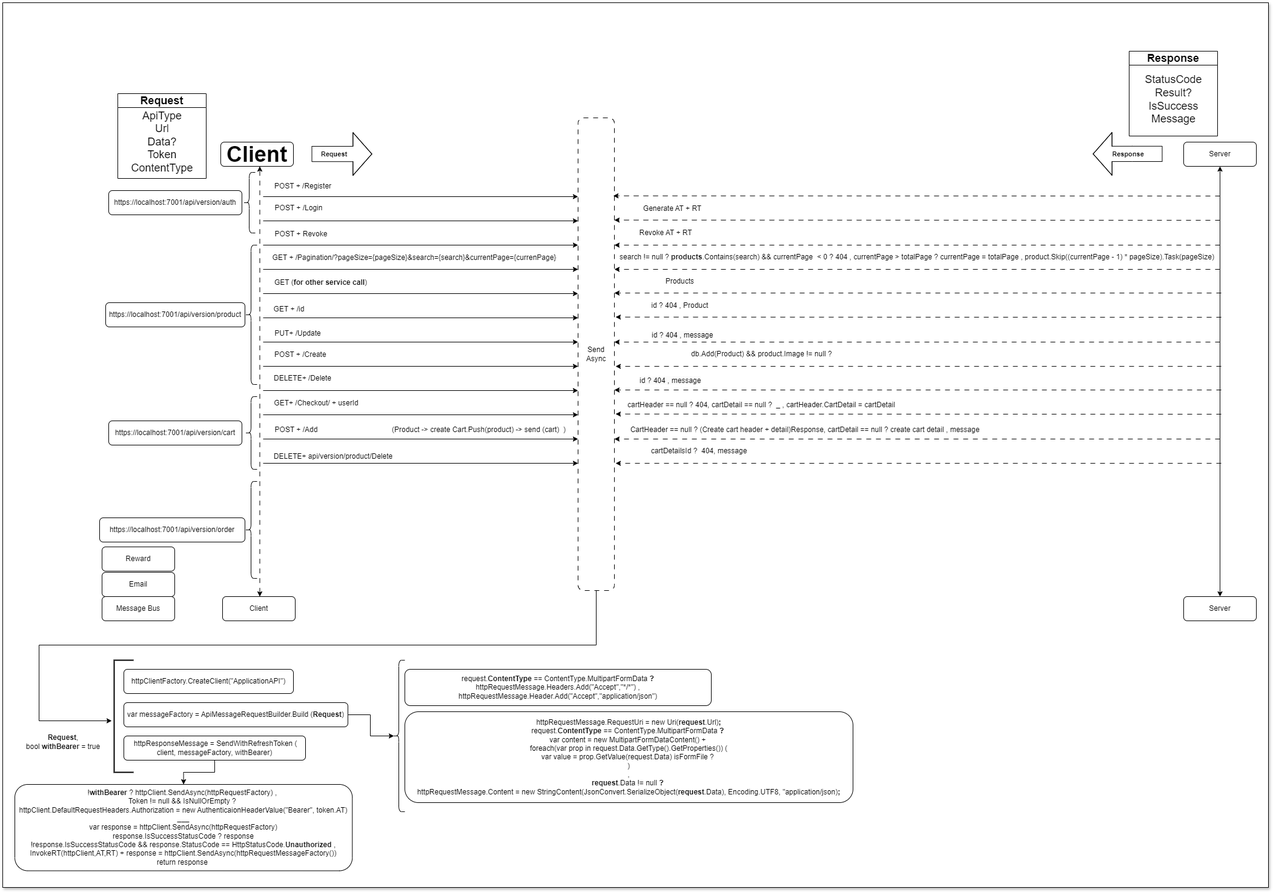
leh23211213/Demo-Microservice-Based-.NET-Applications keeps this draw.io diagram as docs/WebsiteSystemDesign.drawio.png. Above is the earlier version. Source tidied: cells renumbered, new cells last; positions are measured from the earlier drawing's top-left corner, leaving out a move shared by most shapes.
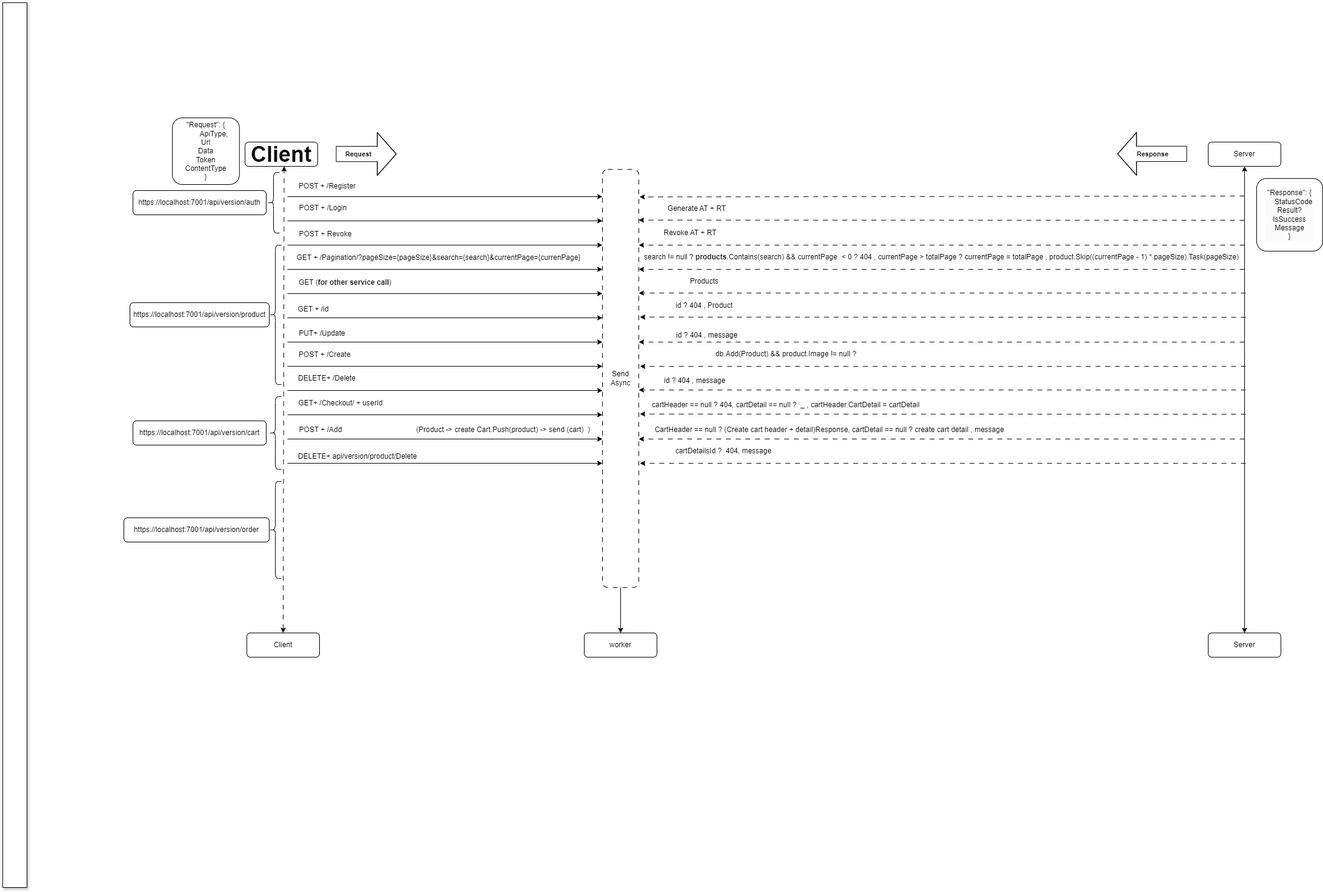
Above is the later version.

Diff of the diagram source:
```diff
@@ -3,42 +3,25 @@
     <mxCell id="0" />
     <mxCell id="1" parent="0" />
     <mxCell id="2" style="rounded=0;whiteSpace=wrap;html=1;strokeColor=default;align=center;verticalAlign=middle;fontFamily=Helvetica;fontSize=12;fontColor=default;fillColor=default;shadow=1;" parent="1" vertex="1">
-      <mxGeometry x="5" width="2090" height="1460" as="geometry" />
+      <mxGeometry x="-35" width="40" height="1460" as="geometry" />
     </mxCell>
     <mxCell id="3" value="&lt;font style=&quot;font-size: 36px;&quot;&gt;&lt;b&gt;Client&lt;/b&gt;&lt;/font&gt;" style="rounded=1;whiteSpace=wrap;html=1;fontSize=12;glass=0;strokeWidth=1;shadow=0;" parent="1" vertex="1">
       <mxGeometry x="365" y="230" width="120" height="40" as="geometry" />
     </mxCell>
-    <mxCell id="4" style="edgeStyle=orthogonalEdgeStyle;rounded=0;jettySize=auto;html=1;exitX=0.5;exitY=1;exitDx=0;exitDy=0;elbow=vertical;" parent="1" edge="1" source="5">
-      <mxGeometry relative="1" as="geometry">
-        <mxPoint x="185" y="1185" as="targetPoint" />
-        <Array as="points">
-          <mxPoint x="985" y="1060" />
-          <mxPoint x="65" y="1060" />
-          <mxPoint x="65" y="1185" />
-        </Array>
-      </mxGeometry>
-    </mxCell>
+    <mxCell id="89" style="edgeStyle=orthogonalEdgeStyle;rounded=0;jettySize=auto;html=1;entryX=0.5;entryY=0;entryDx=0;entryDy=0;" parent="1" edge="1" source="5" target="92">
+      <mxGeometry relative="1" as="geometry" />
+    </mxCell>
     <mxCell id="5" value="Send Async" style="rounded=1;whiteSpace=wrap;html=1;fontSize=12;glass=0;strokeWidth=1;shadow=0;dashed=1;dashPattern=8 8;" parent="1" vertex="1">
-      <mxGeometry x="955" y="190" width="60" height="780" as="geometry" />
+      <mxGeometry x="955" y="275" width="60" height="690" as="geometry" />
     </mxCell>
     <mxCell id="6" value="Client" style="rounded=1;whiteSpace=wrap;html=1;fontSize=12;glass=0;strokeWidth=1;shadow=0;" parent="1" vertex="1">
-      <mxGeometry x="368" y="980" width="120" height="40" as="geometry" />
+      <mxGeometry x="368" y="1040" width="120" height="40" as="geometry" />
     </mxCell>
-    <mxCell id="7" value="Message Bus" style="rounded=1;whiteSpace=wrap;html=1;fontSize=12;glass=0;strokeWidth=1;shadow=0;" parent="1" vertex="1">
-      <mxGeometry x="169" y="980" width="120" height="40" as="geometry" />
-    </mxCell>
-    <mxCell id="8" value="&lt;font style=&quot;font-size: 18px;&quot;&gt;Response&lt;/font&gt;" style="swimlane;whiteSpace=wrap;html=1;" parent="1" vertex="1">
-      <mxGeometry x="1865" y="80" width="146" height="140" as="geometry" />
-    </mxCell>
-    <mxCell id="9" value="&lt;font style=&quot;font-size: 18px;&quot;&gt;StatusCode&lt;/font&gt;&lt;div&gt;&lt;font style=&quot;font-size: 18px;&quot;&gt;Result?&lt;/font&gt;&lt;/div&gt;&lt;div&gt;&lt;font style=&quot;font-size: 18px;&quot;&gt;IsSuccess&lt;/font&gt;&lt;/div&gt;&lt;div&gt;&lt;font style=&quot;font-size: 18px;&quot;&gt;Message&lt;/font&gt;&lt;/div&gt;" style="text;html=1;align=center;verticalAlign=middle;strokeColor=none;fillColor=none;" parent="8" vertex="1">
-      <mxGeometry x="13" y="30" width="120" height="100" as="geometry" />
-    </mxCell>
     <mxCell id="10" value="&lt;div style=&quot;line-height: 190%;&quot;&gt;&lt;br&gt;&lt;/div&gt;&lt;div style=&quot;line-height: 190%;&quot;&gt;POST + Revoke&lt;br&gt;&lt;/div&gt;" style="text;html=1;align=center;verticalAlign=middle;whiteSpace=wrap;rounded=0;" parent="1" vertex="1">
       <mxGeometry x="448.2" y="360" width="100" height="20" as="geometry" />
     </mxCell>
-    <mxCell id="11" style="endArrow=classic;startArrow=classic;html=1;rounded=0;entryX=0.5;entryY=1;entryDx=0;entryDy=0;exitX=0.5;exitY=0;exitDx=0;exitDy=0;dashed=1;dashPattern=8 8;" parent="1" edge="1">
+    <mxCell id="11" style="endArrow=classic;startArrow=classic;html=1;rounded=0;entryX=0.5;entryY=1;entryDx=0;entryDy=0;exitX=0.5;exitY=0;exitDx=0;exitDy=0;dashed=1;dashPattern=8 8;" parent="1" edge="1" source="6">
       <mxGeometry relative="1" as="geometry">
-        <mxPoint x="429.5" y="980" as="sourcePoint" />
         <mxPoint x="429.5" y="270" as="targetPoint" />
       </mxGeometry>
     </mxCell>
@@ -61,7 +44,7 @@
       <mxGeometry x="1955" y="230" width="120" height="40" as="geometry" />
     </mxCell>
     <mxCell id="18" value="Server" style="rounded=1;whiteSpace=wrap;html=1;fontSize=12;glass=0;strokeWidth=1;shadow=0;" parent="1" vertex="1">
-      <mxGeometry x="1955" y="980" width="120" height="40" as="geometry" />
+      <mxGeometry x="1955" y="1040" width="120" height="40" as="geometry" />
     </mxCell>
     <mxCell id="19" style="endArrow=classic;startArrow=classic;html=1;rounded=0;exitX=0.5;exitY=0;exitDx=0;exitDy=0;entryX=0.5;entryY=1;entryDx=0;entryDy=0;" parent="1" edge="1" source="18" target="17">
       <mxGeometry relative="1" as="geometry" />
@@ -69,33 +52,6 @@
     <mxCell id="20" value="&lt;div&gt;&lt;br&gt;&lt;/div&gt;&lt;div&gt;&lt;br&gt;&lt;/div&gt;&lt;div&gt;&lt;div&gt;&lt;div&gt;DELETE+ api/version/product/Delete&lt;/div&gt;&lt;div&gt;&lt;br&gt;&lt;/div&gt;&lt;/div&gt;&lt;/div&gt;" style="text;html=1;align=center;verticalAlign=middle;whiteSpace=wrap;rounded=0;" parent="1" vertex="1">
       <mxGeometry x="448.2" y="740" width="206" as="geometry" />
     </mxCell>
-    <mxCell id="21" value="Reward" style="rounded=1;whiteSpace=wrap;html=1;fontSize=12;glass=0;strokeWidth=1;shadow=0;" parent="1" vertex="1">
-      <mxGeometry x="169" y="898" width="120" height="40" as="geometry" />
-    </mxCell>
-    <mxCell id="22" value="Email" style="rounded=1;whiteSpace=wrap;html=1;fontSize=12;glass=0;strokeWidth=1;shadow=0;" parent="1" vertex="1">
-      <mxGeometry x="169" y="940" width="120" height="40" as="geometry" />
-    </mxCell>
-    <mxCell id="23" value="&lt;font style=&quot;font-size: 18px;&quot;&gt;Request&lt;/font&gt;" style="swimlane;whiteSpace=wrap;html=1;" parent="1" vertex="1">
-      <mxGeometry x="195" y="150" width="146" height="140" as="geometry" />
-    </mxCell>
-    <mxCell id="24" value="&lt;span style=&quot;font-size: 18px;&quot;&gt;ApiType&lt;/span&gt;&lt;div&gt;&lt;span style=&quot;font-size: 18px;&quot;&gt;Url&lt;/span&gt;&lt;/div&gt;&lt;div&gt;&lt;span style=&quot;font-size: 18px;&quot;&gt;Data?&lt;/span&gt;&lt;/div&gt;&lt;div&gt;&lt;span style=&quot;font-size: 18px;&quot;&gt;Token&lt;/span&gt;&lt;/div&gt;&lt;div&gt;&lt;span style=&quot;font-size: 18px;&quot;&gt;ContentType&lt;/span&gt;&lt;/div&gt;" style="text;html=1;align=center;verticalAlign=middle;strokeColor=none;fillColor=none;" parent="23" vertex="1">
-      <mxGeometry x="8" y="20" width="130" height="120" as="geometry" />
-    </mxCell>
-    <mxCell id="25" value="var messageFactory = ApiMessageRequestBuilder.Build (&lt;b&gt;Request&lt;/b&gt;)" style="rounded=1;whiteSpace=wrap;html=1;fontSize=12;glass=0;strokeWidth=1;shadow=0;" parent="1" vertex="1">
-      <mxGeometry x="205" y="1155" width="370" height="40" as="geometry" />
-    </mxCell>
-    <mxCell id="26" value="httpClientFactory.CreateClient(&quot;ApplicationAPI&quot;)" style="rounded=1;whiteSpace=wrap;html=1;fontSize=12;glass=0;strokeWidth=1;shadow=0;" parent="1" vertex="1">
-      <mxGeometry x="205" y="1100" width="280" height="40" as="geometry" />
-    </mxCell>
-    <mxCell id="27" value="&lt;b&gt;Request&lt;/b&gt;,&lt;div&gt;bool &lt;b&gt;withBearer &lt;/b&gt;= true&lt;/div&gt;" style="text;html=1;align=center;verticalAlign=middle;whiteSpace=wrap;rounded=0;" parent="1" vertex="1">
-      <mxGeometry x="0.2" y="1200" width="210" height="40" as="geometry" />
-    </mxCell>
-    <mxCell id="28" value="&amp;nbsp;httpResponseMessage = SendWithRefreshToken ( client, messageFactory, withBearer)" style="rounded=1;whiteSpace=wrap;html=1;fontSize=12;glass=0;strokeWidth=1;shadow=0;" parent="1" vertex="1">
-      <mxGeometry x="205" y="1210" width="300" height="40" as="geometry" />
-    </mxCell>
-    <mxCell id="29" style="strokeWidth=2;html=1;shape=mxgraph.flowchart.annotation_1;align=left;" parent="1" vertex="1">
-      <mxGeometry x="189" y="1085" width="32" height="185" as="geometry" />
-    </mxCell>
     <mxCell id="30" style="endArrow=classic;html=1;rounded=0;" parent="1" edge="1">
       <mxGeometry relative="1" as="geometry">
         <mxPoint x="435" y="320" as="sourcePoint" />
@@ -207,7 +163,7 @@
         <mxPoint x="955" y="760" as="targetPoint" />
       </mxGeometry>
     </mxCell>
-    <mxCell id="55" style="endArrow=classic;html=1;rounded=0;dashed=1;dashPattern=8 8;entryX=0.97;entryY=0.165;entryDx=0;entryDy=0;entryPerimeter=0;" parent="1" edge="1" target="5">
+    <mxCell id="55" style="endArrow=classic;html=1;rounded=0;dashed=1;dashPattern=8 8;entryX=1.024;entryY=0.066;entryDx=0;entryDy=0;entryPerimeter=0;" parent="1" edge="1" target="5">
       <mxGeometry relative="1" as="geometry">
         <mxPoint x="2015" y="319" as="sourcePoint" />
       </mxGeometry>
@@ -242,24 +198,6 @@
     <mxCell id="63" value="&lt;div style=&quot;line-height: 190%;&quot;&gt;cartDetailsId ?&amp;nbsp; 404, message&lt;/div&gt;" style="text;html=1;align=center;verticalAlign=middle;whiteSpace=wrap;rounded=0;" parent="1" vertex="1">
       <mxGeometry x="1015" y="730" width="280" height="20" as="geometry" />
     </mxCell>
-    <mxCell id="64" value="request.&lt;b&gt;ContentType &lt;/b&gt;== ContentType.MultipartFormData &lt;b&gt;? &lt;/b&gt;httpRequestMessage.Headers.Add(&quot;Accept&quot;,&quot;*/*&quot;) , httpRequestMessage.Header.Add(&quot;Accept&quot;,&quot;application/json&quot;)" style="rounded=1;whiteSpace=wrap;html=1;fontSize=12;glass=0;strokeWidth=1;shadow=0;" parent="1" vertex="1">
-      <mxGeometry x="669" y="1100" width="506" height="60" as="geometry" />
-    </mxCell>
-    <mxCell id="65" style="shape=curlyBracket;whiteSpace=wrap;html=1;rounded=1;labelPosition=left;verticalLabelPosition=middle;align=right;verticalAlign=middle;size=0.5;" parent="1" vertex="1">
-      <mxGeometry x="649" y="1085" width="20" height="250" as="geometry" />
-    </mxCell>
-    <mxCell id="66" value="&lt;div&gt;httpRequestMessage.RequestUri = new Uri(&lt;b&gt;request&lt;/b&gt;.Url)&lt;b&gt;;&lt;/b&gt;&lt;/div&gt;request.&lt;b&gt;ContentType &lt;/b&gt;== ContentType.MultipartFormData &lt;b&gt;?&lt;/b&gt;&amp;nbsp;&lt;div&gt;var content = new MultipartFormDataContent() +&amp;nbsp;&lt;/div&gt;&lt;div&gt;foreach(var prop in request.Data.GetType().GetProperties()) (&lt;/div&gt;&lt;div&gt;var value =&amp;nbsp;&lt;span style=&quot;background-color: initial;&quot;&gt;prop.GetValue(request.Data) isFormFile ?&amp;nbsp;&lt;/span&gt;&lt;/div&gt;&lt;div&gt;)&lt;/div&gt;&lt;div&gt;,&lt;br&gt;&lt;div&gt;&lt;b&gt;request&lt;/b&gt;.Data != null &lt;b&gt;?&lt;/b&gt;&amp;nbsp;&lt;div&gt;httpRequestMessage.Content = new StringContent(JsonConvert.SerializeObject(&lt;b&gt;request&lt;/b&gt;.Data), Encoding.UTF8, &quot;application/json)&lt;b&gt;;&lt;/b&gt;&lt;/div&gt;&lt;/div&gt;&lt;/div&gt;" style="rounded=1;whiteSpace=wrap;html=1;fontSize=12;glass=0;strokeWidth=1;shadow=0;" parent="1" vertex="1">
-      <mxGeometry x="669" y="1170" width="740" height="150" as="geometry" />
-    </mxCell>
-    <mxCell id="67" value="!&lt;b&gt;withBearer &lt;/b&gt;? httpClient.SendAsync(httpRequestFactory) ,&amp;nbsp;&lt;div&gt;Token != null &amp;amp;&amp;amp; IsNullOrEmpty ?&amp;nbsp;&lt;/div&gt;&lt;div&gt;httpClient.DefaultRequestHeaders.Authorization = new AuthenticaionHeaderValue(&quot;Bearer&quot;, token.AT)&lt;/div&gt;&lt;div&gt;&lt;span style=&quot;background-color: initial;&quot;&gt;___&lt;/span&gt;&lt;/div&gt;&lt;div&gt;&lt;span style=&quot;background-color: initial;&quot;&gt;var response = httpClient.SendAsync(httpRequestFactory)&lt;/span&gt;&lt;br&gt;&lt;/div&gt;&lt;div&gt;response.IsSuccessStatusCode ? response&lt;/div&gt;&lt;div&gt;!response.IsSuccessStatusCode &amp;amp;&amp;amp; response.StatusCode == HttpStatusCode.&lt;b&gt;Unauthorized &lt;/b&gt;,&lt;/div&gt;&lt;div&gt;InvokeRT(httpClient,AT,RT) + response = httpClient.SendAsync(httpRequestMessageFactory())&lt;/div&gt;&lt;div&gt;return response&amp;nbsp;&lt;/div&gt;" style="rounded=1;whiteSpace=wrap;html=1;fontSize=12;glass=0;strokeWidth=1;shadow=0;" parent="1" vertex="1">
-      <mxGeometry x="25" y="1290" width="557.2" height="142.5" as="geometry" />
-    </mxCell>
-    <mxCell id="68" style="edgeStyle=orthogonalEdgeStyle;rounded=0;jettySize=auto;html=1;entryX=0.5;entryY=0;entryDx=0;entryDy=0;" parent="1" edge="1" source="28" target="67">
-      <mxGeometry relative="1" as="geometry" />
-    </mxCell>
-    <mxCell id="69" style="edgeStyle=orthogonalEdgeStyle;rounded=0;jettySize=auto;html=1;entryX=0.1;entryY=0.5;entryDx=0;entryDy=0;entryPerimeter=0;" parent="1" edge="1" source="25" target="65">
-      <mxGeometry relative="1" as="geometry" />
-    </mxCell>
     <mxCell id="70" value="&lt;div style=&quot;line-height: 190%;&quot;&gt;search != null ? &lt;b&gt;products&lt;/b&gt;.Contains(search) &amp;amp;&amp;amp; currentPage&amp;nbsp; &amp;lt; 0 ? 404 , currentPage &amp;gt; totalPage ? currentPage = totalPage , product.Skip((currentPage - 1) * pageSize).Task(pageSize)&lt;/div&gt;" style="text;html=1;align=center;verticalAlign=middle;whiteSpace=wrap;rounded=0;" parent="1" vertex="1">
       <mxGeometry x="1005" y="410" width="1020" height="20" as="geometry" />
     </mxCell>
@@ -361,5 +299,14 @@
         <mxPoint x="-153" y="-1" as="offset" />
       </mxGeometry>
     </mxCell>
+    <mxCell id="90" value="&quot;Request&quot;: {&lt;div&gt;&lt;span style=&quot;white-space: pre;&quot;&gt;&#9;&lt;/span&gt;ApiType,&lt;br&gt;&lt;/div&gt;&lt;div&gt;&lt;span style=&quot;background-color: initial;&quot;&gt;Url&lt;/span&gt;&lt;/div&gt;&lt;div&gt;&lt;span style=&quot;background-color: initial;&quot;&gt;Data&lt;/span&gt;&lt;/div&gt;&lt;div&gt;&lt;span style=&quot;background-color: initial;&quot;&gt;Token&lt;/span&gt;&lt;/div&gt;&lt;div&gt;ContentType&lt;/div&gt;&lt;div&gt;&lt;span style=&quot;background-color: initial;&quot;&gt;}&lt;/span&gt;&lt;br&gt;&lt;/div&gt;" style="rounded=1;whiteSpace=wrap;html=1;" parent="1" vertex="1">
+      <mxGeometry x="245" y="190" width="110.8" height="110" as="geometry" />
+    </mxCell>
+    <mxCell id="91" value="&lt;br&gt;&lt;span style=&quot;color: rgb(0, 0, 0); font-family: Helvetica; font-size: 12px; font-style: normal; font-variant-ligatures: normal; font-variant-caps: normal; font-weight: 400; letter-spacing: normal; orphans: 2; text-align: center; text-indent: 0px; text-transform: none; widows: 2; word-spacing: 0px; -webkit-text-stroke-width: 0px; white-space: normal; background-color: rgb(251, 251, 251); text-decoration-thickness: initial; text-decoration-style: initial; text-decoration-color: initial; display: inline !important; float: none;&quot;&gt;&quot;Response&quot;: {&lt;/span&gt;&lt;div style=&quot;forced-color-adjust: none; color: rgb(0, 0, 0); font-family: Helvetica; font-size: 12px; font-style: normal; font-variant-ligatures: normal; font-variant-caps: normal; font-weight: 400; letter-spacing: normal; orphans: 2; text-align: center; text-indent: 0px; text-transform: none; widows: 2; word-spacing: 0px; -webkit-text-stroke-width: 0px; white-space: normal; background-color: rgb(251, 251, 251); text-decoration-thickness: initial; text-decoration-style: initial; text-decoration-color: initial;&quot;&gt;&lt;span style=&quot;forced-color-adjust: none; white-space: pre;&quot;&gt;&lt;span style=&quot;white-space: pre;&quot;&gt;&amp;nbsp;&amp;nbsp;&amp;nbsp;&amp;nbsp;StatusCode&lt;/span&gt;&lt;/span&gt;&lt;br style=&quot;forced-color-adjust: none;&quot;&gt;&lt;/div&gt;&lt;div style=&quot;forced-color-adjust: none; color: rgb(0, 0, 0); font-family: Helvetica; font-size: 12px; font-style: normal; font-variant-ligatures: normal; font-variant-caps: normal; font-weight: 400; letter-spacing: normal; orphans: 2; text-align: center; text-indent: 0px; text-transform: none; widows: 2; word-spacing: 0px; -webkit-text-stroke-width: 0px; white-space: normal; background-color: rgb(251, 251, 251); text-decoration-thickness: initial; text-decoration-style: initial; text-decoration-color: initial;&quot;&gt;&lt;span style=&quot;forced-color-adjust: none; background-color: initial;&quot;&gt;Result?&lt;/span&gt;&lt;/div&gt;&lt;div style=&quot;forced-color-adjust: none; color: rgb(0, 0, 0); font-family: Helvetica; font-size: 12px; font-style: normal; font-variant-ligatures: normal; font-variant-caps: normal; font-weight: 400; letter-spacing: normal; orphans: 2; text-align: center; text-indent: 0px; text-transform: none; widows: 2; word-spacing: 0px; -webkit-text-stroke-width: 0px; white-space: normal; background-color: rgb(251, 251, 251); text-decoration-thickness: initial; text-decoration-style: initial; text-decoration-color: initial;&quot;&gt;IsSuccess&lt;/div&gt;&lt;div style=&quot;forced-color-adjust: none; color: rgb(0, 0, 0); font-family: Helvetica; font-size: 12px; font-style: normal; font-variant-ligatures: normal; font-variant-caps: normal; font-weight: 400; letter-spacing: normal; orphans: 2; text-align: center; text-indent: 0px; text-transform: none; widows: 2; word-spacing: 0px; -webkit-text-stroke-width: 0px; white-space: normal; background-color: rgb(251, 251, 251); text-decoration-thickness: initial; text-decoration-style: initial; text-decoration-color: initial;&quot;&gt;Message&lt;/div&gt;&lt;div style=&quot;forced-color-adjust: none; color: rgb(0, 0, 0); font-family: Helvetica; font-size: 12px; font-style: normal; font-variant-ligatures: normal; font-variant-caps: normal; font-weight: 400; letter-spacing: normal; orphans: 2; text-align: center; text-indent: 0px; text-transform: none; widows: 2; word-spacing: 0px; -webkit-text-stroke-width: 0px; white-space: normal; background-color: rgb(251, 251, 251); text-decoration-thickness: initial; text-decoration-style: initial; text-decoration-color: initial;&quot;&gt;&lt;span style=&quot;forced-color-adjust: none; background-color: initial;&quot;&gt;}&lt;/span&gt;&lt;/div&gt;&lt;div&gt;&lt;br&gt;&lt;/div&gt;" style="rounded=1;whiteSpace=wrap;html=1;" parent="1" vertex="1">
+      <mxGeometry x="2035" y="290" width="109" height="120" as="geometry" />
+    </mxCell>
+    <mxCell id="92" value="worker" style="rounded=1;whiteSpace=wrap;html=1;fontSize=12;glass=0;strokeWidth=1;shadow=0;" parent="1" vertex="1">
+      <mxGeometry x="925" y="1040" width="120" height="40" as="geometry" />
+    </mxCell>
   </root>
 </mxGraphModel>
```
